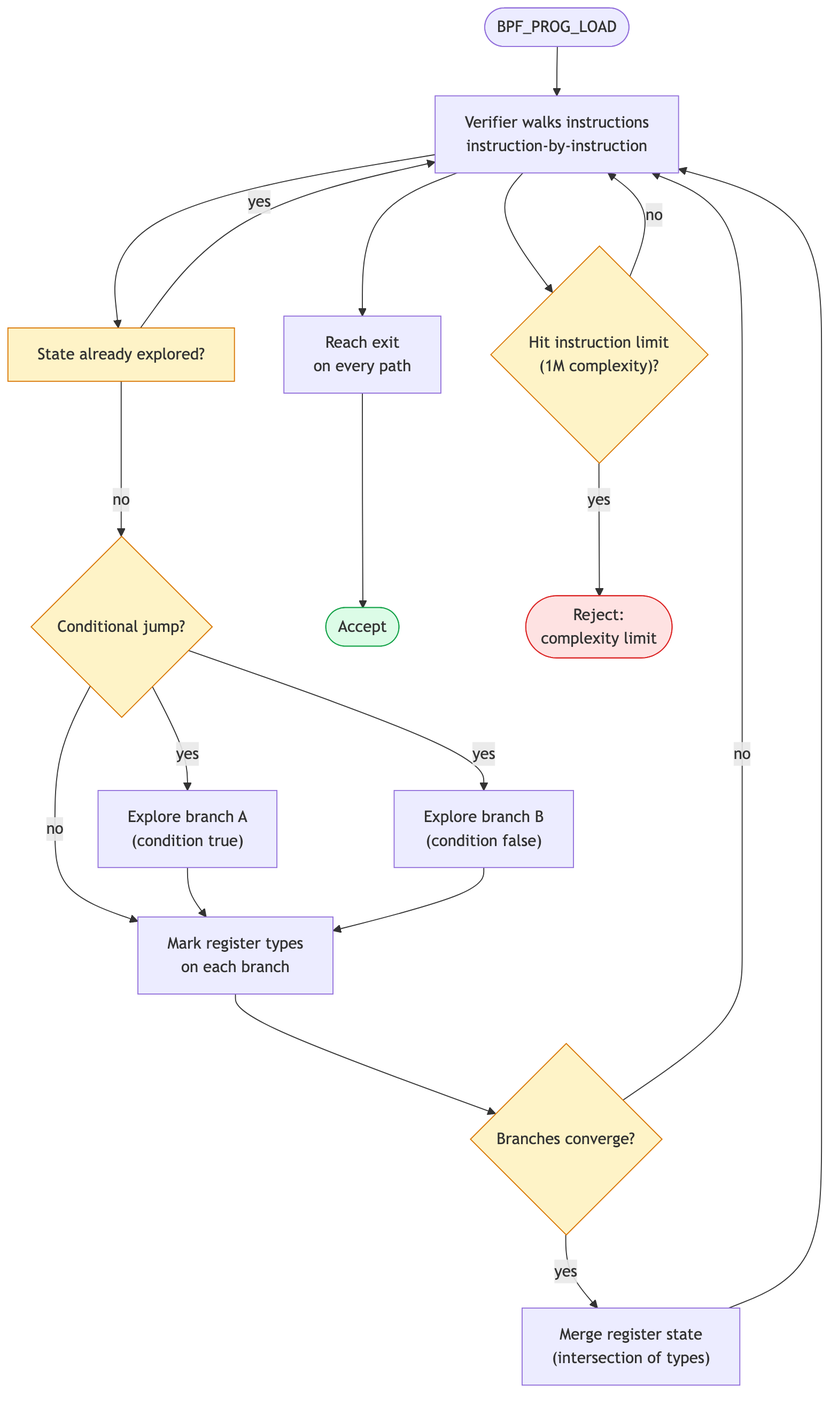
Above: ebpf/src/diagrams/day04_verifier_walk.png in biefy/books (Mermaid), before the change. Its source is kept beside it as ebpf/src/diagrams/src/day04_verifier_walk.mmd. Its diagram source:
```mermaid
flowchart TD
    Start(["BPF_PROG_LOAD"])
    Walk["Verifier walks instructions\ninstruction-by-instruction"]
    Branch{"Conditional jump?"}
    Path1["Explore branch A\n(condition true)"]
    Path2["Explore branch B\n(condition false)"]
    Mark["Mark register types\non each branch"]
    Conv{"Branches converge?"}
    Merge["Merge register state\n(intersection of types)"]
    Done["Reach exit\non every path"]
    Pruned["State already explored?"]
    OK(["Accept"])
    Limit{"Hit instruction limit\n(1M complexity)?"}
    Reject(["Reject:\ncomplexity limit"])

    Start --> Walk
    Walk --> Pruned
    Pruned -->|yes| Walk
    Pruned -->|no| Branch
    Branch -->|yes| Path1
    Branch -->|yes| Path2
    Branch -->|no| Mark
    Path1 --> Mark
    Path2 --> Mark
    Mark --> Conv
    Conv -->|yes| Merge
    Conv -->|no| Walk
    Merge --> Walk
    Walk --> Done
    Walk --> Limit
    Limit -->|yes| Reject
    Limit -->|no| Walk
    Done --> OK

    classDef hot fill:#fef3c7,stroke:#d97706
    classDef ok fill:#dcfce7,stroke:#16a34a
    classDef bad fill:#fee2e2,stroke:#dc2626
    class Branch,Conv,Limit,Pruned hot
    class OK ok
    class Reject bad
```
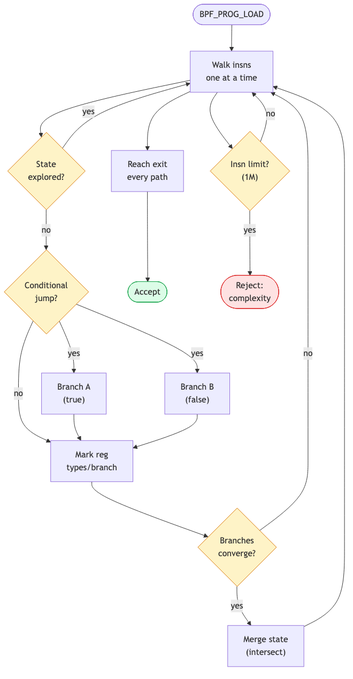
The same file after the commit.

Diff of the diagram source:
```diff
@@ -1,17 +1,17 @@
 flowchart TD
     Start(["BPF_PROG_LOAD"])
-    Walk["Verifier walks instructions\ninstruction-by-instruction"]
-    Branch{"Conditional jump?"}
-    Path1["Explore branch A\n(condition true)"]
-    Path2["Explore branch B\n(condition false)"]
-    Mark["Mark register types\non each branch"]
-    Conv{"Branches converge?"}
-    Merge["Merge register state\n(intersection of types)"]
-    Done["Reach exit\non every path"]
-    Pruned["State already explored?"]
+    Walk["Walk insns\none at a time"]
+    Branch{"Conditional\njump?"}
+    Path1["Branch A\n(true)"]
+    Path2["Branch B\n(false)"]
+    Mark["Mark reg\ntypes/branch"]
+    Conv{"Branches\nconverge?"}
+    Merge["Merge state\n(intersect)"]
+    Done["Reach exit\nevery path"]
+    Pruned{"State\nexplored?"}
     OK(["Accept"])
-    Limit{"Hit instruction limit\n(1M complexity)?"}
-    Reject(["Reject:\ncomplexity limit"])
+    Limit{"Insn limit?\n(1M)"}
+    Reject(["Reject:\ncomplexity"])
 
     Start --> Walk
     Walk --> Pruned
```
